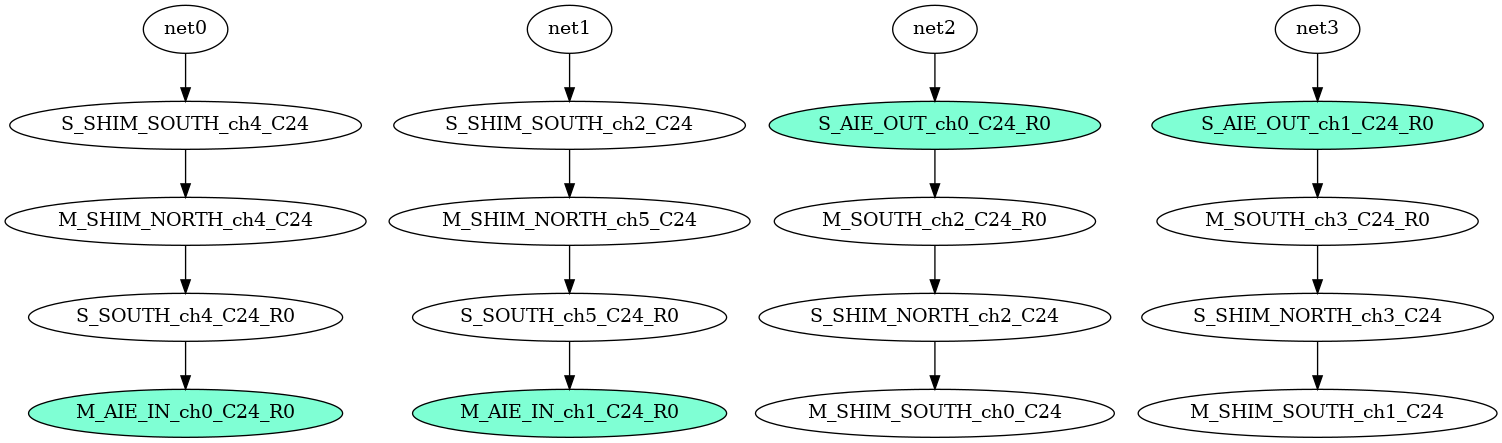
lxy-littlechai/SVD keeps this Graphviz diagram as Jacobi_AIE_Scalar/Work/temp/router_soln.png. Above is the earlier version. Its source is kept beside it as Jacobi_AIE_Scalar/Work/temp/router_soln.dot.
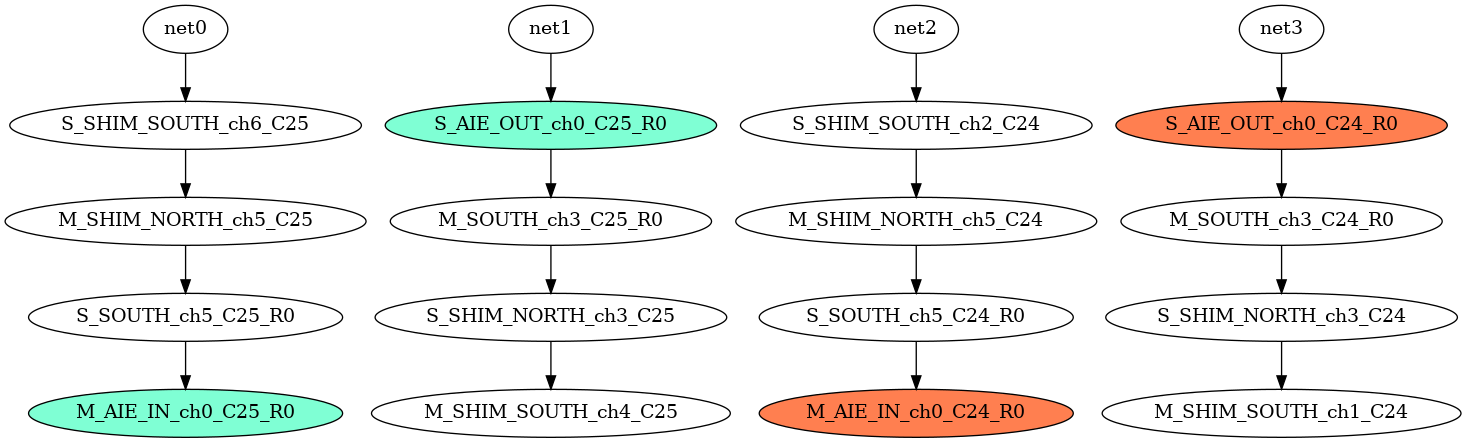
The same diagram one commit later.

The edit, as a diff of the source:
```diff
@@ -1,46 +1,46 @@
 digraph G {
 net0;
-S_SOUTH_ch4_C24_R0[style=filled, fillcolor="White"];
-M_AIE_IN_ch0_C24_R0[style=filled, fillcolor="aquamarine"];
-S_SHIM_SOUTH_ch4_C24[style=filled, fillcolor="White"];
-M_SHIM_NORTH_ch4_C24[style=filled, fillcolor="White"];
-M_SHIM_NORTH_ch4_C24[style=filled, fillcolor="White"];
-S_SOUTH_ch4_C24_R0[style=filled, fillcolor="White"];
+S_SOUTH_ch5_C25_R0[style=filled, fillcolor="White"];
+M_AIE_IN_ch0_C25_R0[style=filled, fillcolor="aquamarine"];
+S_SHIM_SOUTH_ch6_C25[style=filled, fillcolor="White"];
+M_SHIM_NORTH_ch5_C25[style=filled, fillcolor="White"];
+M_SHIM_NORTH_ch5_C25[style=filled, fillcolor="White"];
+S_SOUTH_ch5_C25_R0[style=filled, fillcolor="White"];
 net1;
+S_SHIM_NORTH_ch3_C25[style=filled, fillcolor="White"];
+M_SHIM_SOUTH_ch4_C25[style=filled, fillcolor="White"];
+S_AIE_OUT_ch0_C25_R0[style=filled, fillcolor="aquamarine"];
+M_SOUTH_ch3_C25_R0[style=filled, fillcolor="White"];
+M_SOUTH_ch3_C25_R0[style=filled, fillcolor="White"];
+S_SHIM_NORTH_ch3_C25[style=filled, fillcolor="White"];
+net2;
 S_SOUTH_ch5_C24_R0[style=filled, fillcolor="White"];
-M_AIE_IN_ch1_C24_R0[style=filled, fillcolor="aquamarine"];
+M_AIE_IN_ch0_C24_R0[style=filled, fillcolor="coral"];
 S_SHIM_SOUTH_ch2_C24[style=filled, fillcolor="White"];
 M_SHIM_NORTH_ch5_C24[style=filled, fillcolor="White"];
 M_SHIM_NORTH_ch5_C24[style=filled, fillcolor="White"];
 S_SOUTH_ch5_C24_R0[style=filled, fillcolor="White"];
-net2;
-S_SHIM_NORTH_ch2_C24[style=filled, fillcolor="White"];
-M_SHIM_SOUTH_ch0_C24[style=filled, fillcolor="White"];
-S_AIE_OUT_ch0_C24_R0[style=filled, fillcolor="aquamarine"];
-M_SOUTH_ch2_C24_R0[style=filled, fillcolor="White"];
-M_SOUTH_ch2_C24_R0[style=filled, fillcolor="White"];
-S_SHIM_NORTH_ch2_C24[style=filled, fillcolor="White"];
 net3;
 S_SHIM_NORTH_ch3_C24[style=filled, fillcolor="White"];
 M_SHIM_SOUTH_ch1_C24[style=filled, fillcolor="White"];
-S_AIE_OUT_ch1_C24_R0[style=filled, fillcolor="aquamarine"];
+S_AIE_OUT_ch0_C24_R0[style=filled, fillcolor="coral"];
 M_SOUTH_ch3_C24_R0[style=filled, fillcolor="White"];
 M_SOUTH_ch3_C24_R0[style=filled, fillcolor="White"];
 S_SHIM_NORTH_ch3_C24[style=filled, fillcolor="White"];
-net0 -> S_SHIM_SOUTH_ch4_C24;
-S_SOUTH_ch4_C24_R0 -> M_AIE_IN_ch0_C24_R0;
-S_SHIM_SOUTH_ch4_C24 -> M_SHIM_NORTH_ch4_C24;
-M_SHIM_NORTH_ch4_C24 -> S_SOUTH_ch4_C24_R0;
-net1 -> S_SHIM_SOUTH_ch2_C24;
-S_SOUTH_ch5_C24_R0 -> M_AIE_IN_ch1_C24_R0;
+net0 -> S_SHIM_SOUTH_ch6_C25;
+S_SOUTH_ch5_C25_R0 -> M_AIE_IN_ch0_C25_R0;
+S_SHIM_SOUTH_ch6_C25 -> M_SHIM_NORTH_ch5_C25;
+M_SHIM_NORTH_ch5_C25 -> S_SOUTH_ch5_C25_R0;
+net1 -> S_AIE_OUT_ch0_C25_R0;
+S_SHIM_NORTH_ch3_C25 -> M_SHIM_SOUTH_ch4_C25;
+S_AIE_OUT_ch0_C25_R0 -> M_SOUTH_ch3_C25_R0;
+M_SOUTH_ch3_C25_R0 -> S_SHIM_NORTH_ch3_C25;
+net2 -> S_SHIM_SOUTH_ch2_C24;
+S_SOUTH_ch5_C24_R0 -> M_AIE_IN_ch0_C24_R0;
 S_SHIM_SOUTH_ch2_C24 -> M_SHIM_NORTH_ch5_C24;
 M_SHIM_NORTH_ch5_C24 -> S_SOUTH_ch5_C24_R0;
-net2 -> S_AIE_OUT_ch0_C24_R0;
-S_SHIM_NORTH_ch2_C24 -> M_SHIM_SOUTH_ch0_C24;
-S_AIE_OUT_ch0_C24_R0 -> M_SOUTH_ch2_C24_R0;
-M_SOUTH_ch2_C24_R0 -> S_SHIM_NORTH_ch2_C24;
-net3 -> S_AIE_OUT_ch1_C24_R0;
+net3 -> S_AIE_OUT_ch0_C24_R0;
 S_SHIM_NORTH_ch3_C24 -> M_SHIM_SOUTH_ch1_C24;
-S_AIE_OUT_ch1_C24_R0 -> M_SOUTH_ch3_C24_R0;
+S_AIE_OUT_ch0_C24_R0 -> M_SOUTH_ch3_C24_R0;
 M_SOUTH_ch3_C24_R0 -> S_SHIM_NORTH_ch3_C24;
 }
```
